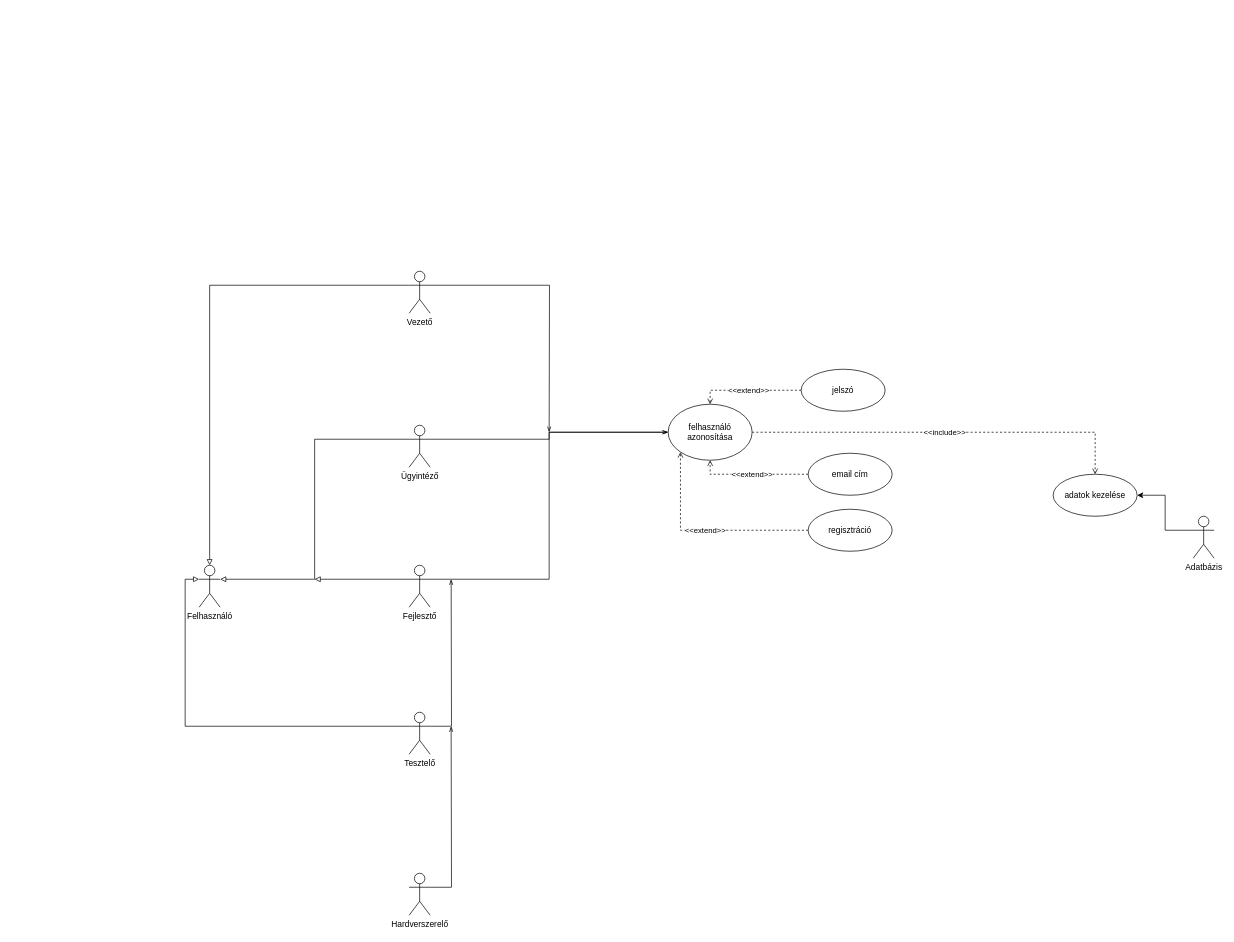
The draw.io diagram Untitled Diagram.drawio in UrbanRoland/CRM, before the edit. Source tidied: cells renumbered, new cells numbered last; positions are measured from the earlier drawing's top-left corner, leaving out a move shared by most shapes. Both pictures are drawn from the tidied source at 70%, with x=0, y=0 at pixel (199, 271).
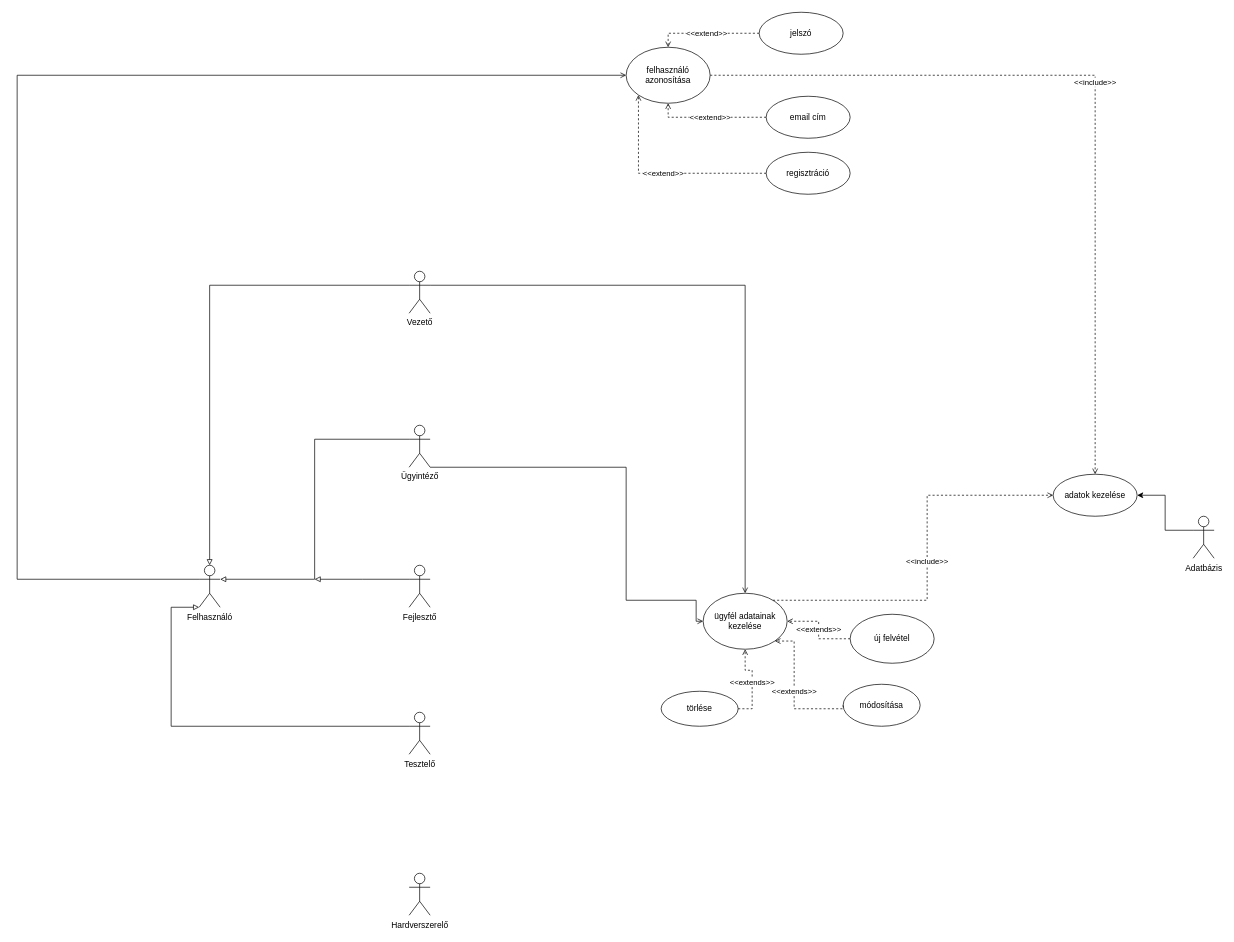
The same diagram, later.

Commit message:
adatok_kezelese

Unchanged cells that the change refers to:
```xml
<mxCell id="8" value="Ügyintéző" style="shape=umlActor;verticalLabelPosition=bottom;labelBackgroundColor=#ffffff;verticalAlign=top;html=1;outlineConnect=0;" parent="1" vertex="1">
  <mxGeometry x="300" y="220" width="30" height="60" as="geometry" />
</mxCell>
<mxCell id="11" value="adatok kezelése" style="ellipse;whiteSpace=wrap;html=1;" parent="1" vertex="1">
  <mxGeometry x="1220" y="290" width="120" height="60" as="geometry" />
</mxCell>
<mxCell id="14" value="Vezető" style="shape=umlActor;verticalLabelPosition=bottom;labelBackgroundColor=#ffffff;verticalAlign=top;html=1;outlineConnect=0;" parent="1" vertex="1">
  <mxGeometry x="300" width="30" height="60" as="geometry" />
</mxCell>
<mxCell id="17" value="Fejlesztő" style="shape=umlActor;verticalLabelPosition=bottom;labelBackgroundColor=#ffffff;verticalAlign=top;html=1;outlineConnect=0;" parent="1" vertex="1">
  <mxGeometry x="300" y="420" width="30" height="60" as="geometry" />
</mxCell>
<mxCell id="20" value="Tesztelő" style="shape=umlActor;verticalLabelPosition=bottom;labelBackgroundColor=#ffffff;verticalAlign=top;html=1;outlineConnect=0;" parent="1" vertex="1">
  <mxGeometry x="300" y="630" width="30" height="60" as="geometry" />
</mxCell>
<mxCell id="22" value="Hardverszerelő" style="shape=umlActor;verticalLabelPosition=bottom;labelBackgroundColor=#ffffff;verticalAlign=top;html=1;outlineConnect=0;" parent="1" vertex="1">
  <mxGeometry x="300" y="860" width="30" height="60" as="geometry" />
</mxCell>
<mxCell id="23" value="Felhasználó" style="shape=umlActor;verticalLabelPosition=bottom;labelBackgroundColor=#ffffff;verticalAlign=top;html=1;outlineConnect=0;" parent="1" vertex="1">
  <mxGeometry y="420" width="30" height="60" as="geometry" />
</mxCell>
```

The edit, as a diff of the source:
```diff
@@
     <mxCell id="5" value="felhasználó azonosítása" style="ellipse;whiteSpace=wrap;html=1;" parent="1" vertex="1">
-      <mxGeometry x="670" y="190" width="120" height="80" as="geometry" />
+      <mxGeometry x="610" y="-320" width="120" height="80" as="geometry" />
     </mxCell>
@@
-    <mxCell id="7" style="edgeStyle=orthogonalEdgeStyle;rounded=0;jettySize=auto;html=1;endArrow=openThin;endFill=0;entryX=0;entryY=0.5;entryDx=0;entryDy=0;exitX=1;exitY=0.3333333333333333;exitDx=0;exitDy=0;exitPerimeter=0;" parent="1" edge="1" source="8" target="5">
-      <mxGeometry relative="1" as="geometry" />
-    </mxCell>
+    <mxCell id="28" style="edgeStyle=orthogonalEdgeStyle;rounded=0;jettySize=auto;html=1;endArrow=open;endFill=0;entryX=0;entryY=0.5;entryDx=0;entryDy=0;exitX=1;exitY=1;exitDx=0;exitDy=0;exitPerimeter=0;" parent="1" edge="1" source="8" target="32">
+      <mxGeometry relative="1" as="geometry">
+        <Array as="points">
+          <mxPoint x="610" y="280" />
+          <mxPoint x="610" y="470" />
+          <mxPoint x="710" y="470" />
+          <mxPoint x="710" y="500" />
+        </Array>
+      </mxGeometry>
+    </mxCell>
@@
-    <mxCell id="13" style="edgeStyle=orthogonalEdgeStyle;rounded=0;jettySize=auto;html=1;endArrow=openThin;endFill=0;exitX=1;exitY=0.3333333333333333;exitDx=0;exitDy=0;exitPerimeter=0;" parent="1" edge="1" source="14">
-      <mxGeometry relative="1" as="geometry">
-        <mxPoint x="500" y="230" as="targetPoint" />
-      </mxGeometry>
-    </mxCell>
+    <mxCell id="29" style="edgeStyle=orthogonalEdgeStyle;rounded=0;jettySize=auto;html=1;endArrow=open;endFill=0;exitX=1;exitY=0.3333333333333333;exitDx=0;exitDy=0;exitPerimeter=0;entryX=0.5;entryY=0;entryDx=0;entryDy=0;" parent="1" edge="1" source="14" target="32">
+      <mxGeometry relative="1" as="geometry" />
+    </mxCell>
@@
-    <mxCell id="16" style="edgeStyle=orthogonalEdgeStyle;rounded=0;jettySize=auto;html=1;endArrow=openThin;endFill=0;entryX=0;entryY=0.5;entryDx=0;entryDy=0;exitX=1;exitY=0.3333333333333333;exitDx=0;exitDy=0;exitPerimeter=0;" parent="1" edge="1" source="17" target="5">
-      <mxGeometry relative="1" as="geometry" />
-    </mxCell>
@@
-    <mxCell id="18" style="edgeStyle=orthogonalEdgeStyle;rounded=0;jettySize=auto;html=1;endArrow=block;endFill=0;exitX=0;exitY=0.3333333333333333;exitDx=0;exitDy=0;exitPerimeter=0;entryX=0;entryY=0.3333333333333333;entryDx=0;entryDy=0;entryPerimeter=0;" parent="1" edge="1" source="20" target="23">
-      <mxGeometry relative="1" as="geometry" />
+    <mxCell id="18" style="edgeStyle=orthogonalEdgeStyle;rounded=0;jettySize=auto;html=1;endArrow=block;endFill=0;exitX=0;exitY=0.3333333333333333;exitDx=0;exitDy=0;exitPerimeter=0;entryX=0;entryY=1;entryDx=0;entryDy=0;entryPerimeter=0;" parent="1" edge="1" source="20" target="23">
+      <mxGeometry relative="1" as="geometry">
+        <Array as="points">
+          <mxPoint x="-40" y="650" />
+          <mxPoint x="-40" y="480" />
+        </Array>
+      </mxGeometry>
     </mxCell>
-    <mxCell id="19" style="edgeStyle=orthogonalEdgeStyle;rounded=0;jettySize=auto;html=1;endArrow=openThin;endFill=0;exitX=1;exitY=0.3333333333333333;exitDx=0;exitDy=0;exitPerimeter=0;" parent="1" edge="1" source="20">
-      <mxGeometry relative="1" as="geometry">
-        <mxPoint x="360" y="440" as="targetPoint" />
-      </mxGeometry>
-    </mxCell>
@@
-    <mxCell id="21" style="edgeStyle=orthogonalEdgeStyle;rounded=0;jettySize=auto;html=1;endArrow=openThin;endFill=0;exitX=1;exitY=0.3333333333333333;exitDx=0;exitDy=0;exitPerimeter=0;" parent="1" edge="1" source="22">
-      <mxGeometry relative="1" as="geometry">
-        <mxPoint x="360" y="650" as="targetPoint" />
-      </mxGeometry>
-    </mxCell>
@@
+    <mxCell id="30" style="edgeStyle=orthogonalEdgeStyle;rounded=0;jettySize=auto;html=1;endArrow=open;endFill=0;exitX=0;exitY=0.3333333333333333;exitDx=0;exitDy=0;exitPerimeter=0;entryX=0;entryY=0.5;entryDx=0;entryDy=0;" parent="1" edge="1" source="23" target="5">
+      <mxGeometry relative="1" as="geometry">
+        <Array as="points">
+          <mxPoint x="-260" y="440" />
+          <mxPoint x="-260" y="-280" />
+        </Array>
+      </mxGeometry>
+    </mxCell>
@@
     <mxCell id="24" value="email cím" style="ellipse;whiteSpace=wrap;html=1;" parent="1" vertex="1">
-      <mxGeometry x="870" y="260" width="120" height="60" as="geometry" />
+      <mxGeometry x="810" y="-250" width="120" height="60" as="geometry" />
     </mxCell>
     <mxCell id="25" value="jelszó" style="ellipse;whiteSpace=wrap;html=1;" parent="1" vertex="1">
-      <mxGeometry x="860" y="140" width="120" height="60" as="geometry" />
+      <mxGeometry x="800" y="-370" width="120" height="60" as="geometry" />
     </mxCell>
@@
     <mxCell id="27" value="regisztráció" style="ellipse;whiteSpace=wrap;html=1;" parent="1" vertex="1">
-      <mxGeometry x="870" y="340" width="120" height="60" as="geometry" />
+      <mxGeometry x="810" y="-170" width="120" height="60" as="geometry" />
     </mxCell>
+    <mxCell id="31" value="&amp;lt;&amp;lt;include&amp;gt;&amp;gt;" style="edgeStyle=orthogonalEdgeStyle;rounded=0;jettySize=auto;html=1;endArrow=open;endFill=0;entryX=0;entryY=0.5;entryDx=0;entryDy=0;dashed=1;" parent="1" edge="1" source="32" target="11">
+      <mxGeometry relative="1" as="geometry">
+        <Array as="points">
+          <mxPoint x="1040" y="470" />
+          <mxPoint x="1040" y="320" />
+        </Array>
+      </mxGeometry>
+    </mxCell>
+    <mxCell id="32" value="ügyfél adatainak kezelése" style="ellipse;whiteSpace=wrap;html=1;" parent="1" vertex="1">
+      <mxGeometry x="720" y="460" width="120" height="80" as="geometry" />
+    </mxCell>
+    <mxCell id="33" value="&amp;lt;&amp;lt;extends&amp;gt;&amp;gt;" style="edgeStyle=orthogonalEdgeStyle;rounded=0;jettySize=auto;html=1;endArrow=open;endFill=0;entryX=1;entryY=0.5;entryDx=0;entryDy=0;dashed=1;" parent="1" edge="1" source="34" target="32">
+      <mxGeometry relative="1" as="geometry" />
+    </mxCell>
+    <mxCell id="34" value="új felvétel" style="ellipse;whiteSpace=wrap;html=1;" parent="1" vertex="1">
+      <mxGeometry x="930" y="490" width="120" height="70" as="geometry" />
+    </mxCell>
+    <mxCell id="35" value="módosítása" style="ellipse;whiteSpace=wrap;html=1;" parent="1" vertex="1">
+      <mxGeometry x="920" y="590" width="110" height="60" as="geometry" />
+    </mxCell>
+    <mxCell id="36" value="törlése" style="ellipse;whiteSpace=wrap;html=1;" parent="1" vertex="1">
+      <mxGeometry x="660" y="600" width="110" height="50" as="geometry" />
+    </mxCell>
+    <mxCell id="37" value="&amp;lt;&amp;lt;extends&amp;gt;&amp;gt;" style="edgeStyle=orthogonalEdgeStyle;rounded=0;jettySize=auto;html=1;endArrow=open;endFill=0;entryX=1;entryY=1;entryDx=0;entryDy=0;exitX=0;exitY=0.5;exitDx=0;exitDy=0;dashed=1;" parent="1" edge="1" source="35" target="32">
+      <mxGeometry relative="1" as="geometry">
+        <Array as="points">
+          <mxPoint x="850" y="625" />
+          <mxPoint x="850" y="528" />
+        </Array>
+      </mxGeometry>
+    </mxCell>
+    <mxCell id="38" value="&amp;lt;&amp;lt;extends&amp;gt;&amp;gt;" style="edgeStyle=orthogonalEdgeStyle;rounded=0;jettySize=auto;html=1;endArrow=open;endFill=0;entryX=0.5;entryY=1;entryDx=0;entryDy=0;exitX=1;exitY=0.5;exitDx=0;exitDy=0;dashed=1;" parent="1" edge="1" source="36" target="32">
+      <mxGeometry relative="1" as="geometry" />
+    </mxCell>
```
